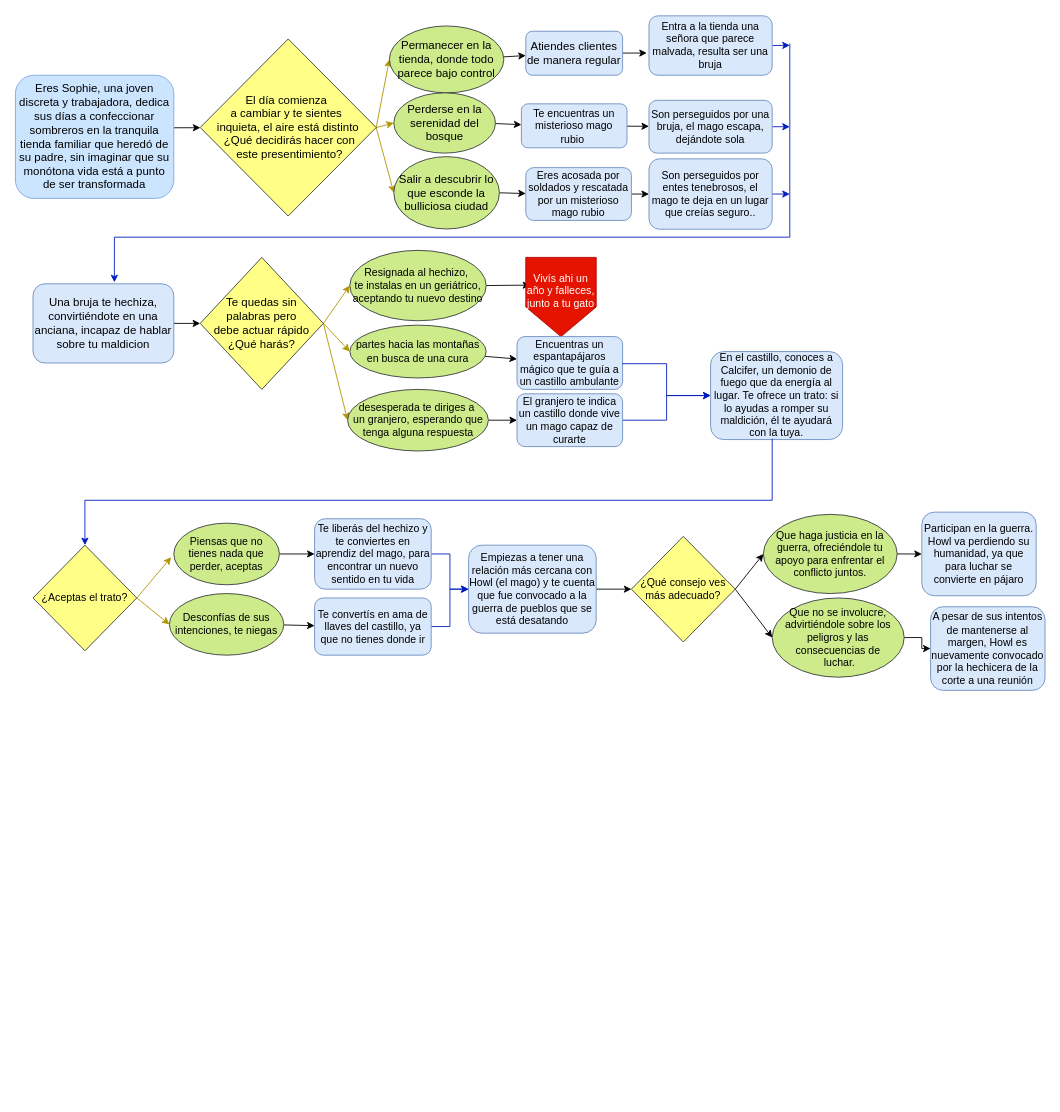
This is Untitled Diagram.drawio from delfinapinto/pmiw, a draw.io file, before an edit. Source tidied: cells renumbered, new cells numbered last; positions are measured from the earlier drawing's top-left corner, leaving out a move shared by most shapes. Both pictures are drawn from the tidied source at 88%, with x=0, y=0 at pixel (15, 15).
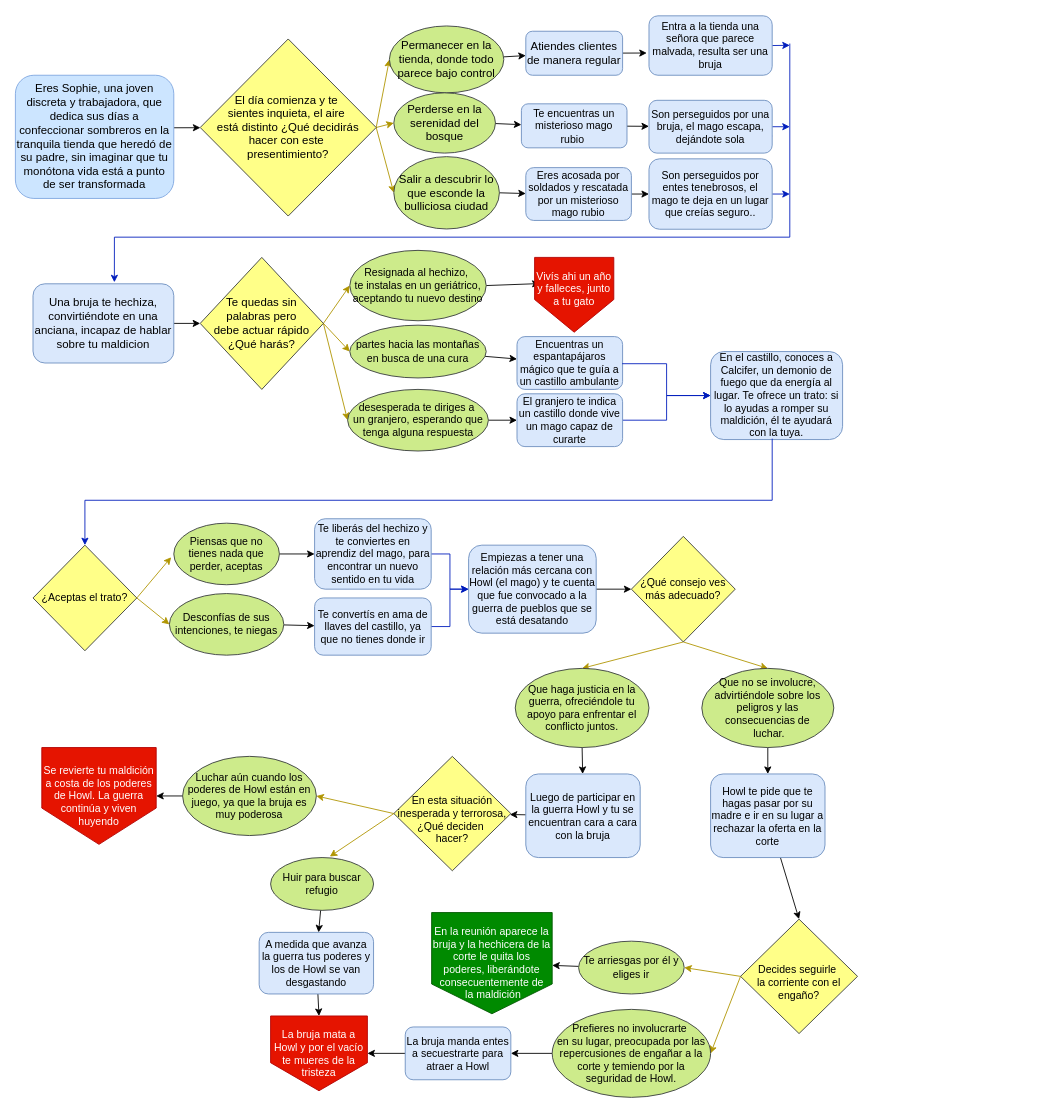
After the change.

The change refers to these unchanged cells:
```xml
<mxCell id="63" value="¿Qué consejo ves más adecuado?" style="rhombus;whiteSpace=wrap;html=1;fillColor=#ffff88;strokeColor=#36393d;" parent="1" vertex="1">
  <mxGeometry x="700" y="592" width="118" height="120" as="geometry" />
</mxCell>
```

Diff of the diagram source:
```diff
@@
-    <mxCell id="3" value="&lt;font style=&quot;font-size: 13px;&quot;&gt;Eres Sophie, una joven discreta y trabajadora, dedica sus días a confeccionar sombreros en la tranquila tienda familiar que heredó de su padre, sin imaginar que su monótona vida está a punto de ser transformada&lt;/font&gt;" style="rounded=1;whiteSpace=wrap;html=1;fontSize=12;glass=0;strokeWidth=1;shadow=0;fillColor=#cce5ff;strokeColor=#7EA6E0;" parent="1" vertex="1">
+    <mxCell id="3" value="&lt;font style=&quot;font-size: 13px;&quot;&gt;Eres Sophie, una joven discreta y trabajadora, que dedica sus días a confeccionar sombreros en la tranquila tienda que heredó de su padre, sin imaginar que tu monótona vida está a punto de ser transformada&lt;/font&gt;" style="rounded=1;whiteSpace=wrap;html=1;fontSize=12;glass=0;strokeWidth=1;shadow=0;fillColor=#cce5ff;strokeColor=#7EA6E0;" parent="1" vertex="1">
       <mxGeometry y="68" width="180" height="140" as="geometry" />
     </mxCell>
@@
-    <mxCell id="7" value="&lt;font style=&quot;font-size: 13px;&quot;&gt;El día comienza&amp;nbsp;&lt;/font&gt;&lt;div&gt;&lt;font style=&quot;font-size: 13px;&quot;&gt;a&amp;nbsp;&lt;/font&gt;&lt;span style=&quot;font-size: 13px; background-color: initial;&quot;&gt;cambiar&lt;/span&gt;&lt;span style=&quot;font-size: 13px; background-color: initial;&quot;&gt;&amp;nbsp;y te sientes&amp;nbsp;&lt;/span&gt;&lt;div style=&quot;font-size: 13px;&quot;&gt;&lt;font style=&quot;font-size: 13px;&quot;&gt;&lt;span style=&quot;background-color: initial;&quot;&gt;inquieta, el aire está distinto&lt;/span&gt;&lt;/font&gt;&lt;/div&gt;&lt;div style=&quot;font-size: 13px;&quot;&gt;&lt;span style=&quot;background-color: initial;&quot;&gt;&amp;nbsp;¿Qué decidirás hacer&amp;nbsp;&lt;/span&gt;&lt;span style=&quot;background-color: initial;&quot;&gt;con&lt;/span&gt;&lt;/div&gt;&lt;div style=&quot;font-size: 13px;&quot;&gt;&lt;span style=&quot;background-color: initial;&quot;&gt;&amp;nbsp;este presentimiento&lt;/span&gt;&lt;span style=&quot;background-color: initial;&quot;&gt;?&lt;/span&gt;&lt;/div&gt;&lt;/div&gt;" style="rhombus;whiteSpace=wrap;html=1;fillColor=#ffff88;strokeColor=#36393d;" parent="1" vertex="1">
+    <mxCell id="7" value="&lt;font style=&quot;font-size: 13px;&quot;&gt;El día comienza&lt;/font&gt;&lt;span style=&quot;background-color: initial; font-size: 13px;&quot;&gt;&amp;nbsp;y te&amp;nbsp;&lt;/span&gt;&lt;div&gt;&lt;span style=&quot;background-color: initial; font-size: 13px;&quot;&gt;sientes&amp;nbsp;&lt;/span&gt;&lt;span style=&quot;background-color: initial; font-size: 13px;&quot;&gt;inquieta, el aire&amp;nbsp;&lt;/span&gt;&lt;/div&gt;&lt;div&gt;&lt;span style=&quot;background-color: initial; font-size: 13px;&quot;&gt;está distinto&lt;/span&gt;&lt;span style=&quot;font-size: 13px; background-color: initial;&quot;&gt;&amp;nbsp;¿Qué decidirás hacer&amp;nbsp;&lt;/span&gt;&lt;span style=&quot;font-size: 13px; background-color: initial;&quot;&gt;con&amp;nbsp;&lt;/span&gt;&lt;span style=&quot;font-size: 13px; background-color: initial;&quot;&gt;este&amp;nbsp;&lt;/span&gt;&lt;/div&gt;&lt;div&gt;&lt;span style=&quot;font-size: 13px; background-color: initial;&quot;&gt;presentimiento&lt;/span&gt;&lt;span style=&quot;font-size: 13px; background-color: initial;&quot;&gt;?&lt;/span&gt;&lt;/div&gt;" style="rhombus;whiteSpace=wrap;html=1;fillColor=#ffff88;strokeColor=#36393d;" parent="1" vertex="1">
       <mxGeometry x="210" y="26.8" width="200" height="201.2" as="geometry" />
     </mxCell>
@@
-    <mxCell id="41" value="&lt;div&gt;&lt;span style=&quot;background-color: initial;&quot;&gt;Vivís&lt;/span&gt;&lt;span style=&quot;background-color: initial;&quot; class=&quot;ql-cursor&quot;&gt;&lt;/span&gt;&lt;span style=&quot;background-color: initial;&quot;&gt; ahi un año y falleces, junto a tu gato&lt;/span&gt;&lt;br&gt;&lt;/div&gt;&lt;div&gt;&lt;br&gt;&lt;/div&gt;" style="shape=offPageConnector;whiteSpace=wrap;html=1;fillColor=#e51400;fontColor=#ffffff;strokeColor=#B20000;" parent="1" vertex="1">
-      <mxGeometry x="580" y="275" width="80" height="90" as="geometry" />
+    <mxCell id="41" value="&lt;div&gt;&lt;span style=&quot;background-color: initial;&quot;&gt;Vivís&lt;/span&gt;&lt;span style=&quot;background-color: initial;&quot; class=&quot;ql-cursor&quot;&gt;&lt;/span&gt;&lt;span style=&quot;background-color: initial;&quot;&gt; ahi un año y falleces, junto a tu gato&lt;/span&gt;&lt;br&gt;&lt;/div&gt;&lt;div&gt;&lt;br&gt;&lt;/div&gt;" style="shape=offPageConnector;whiteSpace=wrap;html=1;fillColor=#e51400;fontColor=#ffffff;strokeColor=#B20000;size=0.43703703703703706;" parent="1" vertex="1">
+      <mxGeometry x="590" y="275" width="90" height="85" as="geometry" />
     </mxCell>
@@
-    <mxCell id="61" style="rounded=0;jettySize=auto;html=1;exitX=1;exitY=0.5;exitDx=0;exitDy=0;entryX=0;entryY=0.5;entryDx=0;entryDy=0;" parent="1" edge="1" source="63" target="65">
+    <mxCell id="61" style="rounded=0;jettySize=auto;html=1;exitX=0.5;exitY=1;exitDx=0;exitDy=0;fillColor=#e3c800;strokeColor=#B09500;entryX=0.5;entryY=0;entryDx=0;entryDy=0;" parent="1" edge="1" source="63" target="65">
       <mxGeometry relative="1" as="geometry" />
     </mxCell>
-    <mxCell id="62" style="rounded=0;jettySize=auto;html=1;exitX=1;exitY=0.5;exitDx=0;exitDy=0;entryX=0;entryY=0.5;entryDx=0;entryDy=0;" parent="1" edge="1" source="63" target="67">
+    <mxCell id="62" style="rounded=0;jettySize=auto;html=1;exitX=0.5;exitY=1;exitDx=0;exitDy=0;entryX=0.5;entryY=0;entryDx=0;entryDy=0;fillColor=#e3c800;strokeColor=#B09500;" parent="1" edge="1" source="63" target="67">
       <mxGeometry relative="1" as="geometry" />
     </mxCell>
@@
     <mxCell id="65" value="Que haga justicia en la guerra, ofreciéndole tu apoyo para enfrentar el conflicto juntos." style="ellipse;whiteSpace=wrap;html=1;fillColor=#cdeb8b;strokeColor=#36393d;" parent="1" vertex="1">
-      <mxGeometry x="850" y="567" width="152" height="90" as="geometry" />
+      <mxGeometry x="568" y="742" width="152" height="90" as="geometry" />
     </mxCell>
-    <mxCell id="66" style="edgeStyle=orthogonalEdgeStyle;rounded=0;jettySize=auto;html=1;" parent="1" edge="1" source="67" target="69">
+    <mxCell id="66" style="rounded=0;jettySize=auto;html=1;" parent="1" edge="1" source="67" target="69">
       <mxGeometry relative="1" as="geometry" />
     </mxCell>
     <mxCell id="67" value="Que no se involucre, advirtiéndole sobre los peligros y las consecuencias de&lt;div&gt;&amp;nbsp;luchar.&lt;/div&gt;" style="ellipse;whiteSpace=wrap;html=1;fillColor=#cdeb8b;strokeColor=#36393d;" parent="1" vertex="1">
-      <mxGeometry x="860" y="662" width="150" height="90" as="geometry" />
+      <mxGeometry x="780" y="742" width="150" height="90" as="geometry" />
     </mxCell>
+    <mxCell id="70" style="edgeStyle=none;rounded=0;jettySize=auto;html=1;" parent="1" edge="1" source="68" target="74">
+      <mxGeometry relative="1" as="geometry" />
+    </mxCell>
-    <mxCell id="68" value="Participan en la guerra. Howl va perdiendo su humanidad, ya que para luchar se convierte en pájaro" style="rounded=1;whiteSpace=wrap;html=1;fillColor=#dae8fc;strokeColor=#6c8ebf;" parent="1" vertex="1">
-      <mxGeometry x="1030" y="564.5" width="130" height="95" as="geometry" />
+    <mxCell id="68" value="Luego de participar en la guerra&amp;nbsp;Howl y tu se encuentran cara a cara con la bruja" style="rounded=1;whiteSpace=wrap;html=1;fillColor=#dae8fc;strokeColor=#6c8ebf;" parent="1" vertex="1">
+      <mxGeometry x="580" y="862" width="130" height="95" as="geometry" />
     </mxCell>
+    <mxCell id="71" style="edgeStyle=none;rounded=0;jettySize=auto;html=1;entryX=0.5;entryY=0;entryDx=0;entryDy=0;" parent="1" edge="1" source="69" target="81">
+      <mxGeometry relative="1" as="geometry" />
+    </mxCell>
-    <mxCell id="69" value="A pesar de sus intentos de mantenerse al margen, Howl es nuevamente convocado por la hechicera de la corte a una reunión" style="rounded=1;whiteSpace=wrap;html=1;fillColor=#dae8fc;strokeColor=#6c8ebf;" parent="1" vertex="1">
-      <mxGeometry x="1040" y="672" width="130" height="95" as="geometry" />
+    <mxCell id="69" value="Howl te pide que te hagas pasar por su madre e ir en su lugar a rechazar la oferta en la corte" style="rounded=1;whiteSpace=wrap;html=1;fillColor=#dae8fc;strokeColor=#6c8ebf;" parent="1" vertex="1">
+      <mxGeometry x="790" y="862" width="130" height="95" as="geometry" />
     </mxCell>
+    <mxCell id="72" style="edgeStyle=none;rounded=0;jettySize=auto;html=1;exitX=0;exitY=0.5;exitDx=0;exitDy=0;entryX=1;entryY=0.5;entryDx=0;entryDy=0;fillColor=#e3c800;strokeColor=#B09500;" parent="1" edge="1" source="74" target="76">
+      <mxGeometry relative="1" as="geometry" />
+    </mxCell>
+    <mxCell id="73" style="edgeStyle=none;rounded=0;jettySize=auto;html=1;entryX=0.575;entryY=-0.019;entryDx=0;entryDy=0;exitX=0;exitY=0.5;exitDx=0;exitDy=0;fillColor=#e3c800;strokeColor=#B09500;entryPerimeter=0;" parent="1" edge="1" source="74" target="78">
+      <mxGeometry relative="1" as="geometry" />
+    </mxCell>
+    <mxCell id="74" value="&lt;div&gt;&lt;br&gt;&lt;/div&gt;En esta situación inesperada y terrorosa, ¿Qué deciden&amp;nbsp;&lt;div&gt;hacer?&lt;/div&gt;" style="rhombus;whiteSpace=wrap;html=1;fillColor=#ffff88;strokeColor=#36393d;" parent="1" vertex="1">
+      <mxGeometry x="430" y="842" width="133" height="130" as="geometry" />
+    </mxCell>
+    <mxCell id="75" style="edgeStyle=none;rounded=0;jettySize=auto;html=1;" parent="1" edge="1" source="76" target="86">
+      <mxGeometry relative="1" as="geometry" />
+    </mxCell>
+    <mxCell id="76" value="Luchar aún cuando los poderes de Howl están en juego, ya que la bruja es muy poderosa" style="ellipse;whiteSpace=wrap;html=1;fillColor=#cdeb8b;strokeColor=#36393d;" parent="1" vertex="1">
+      <mxGeometry x="190" y="842" width="152" height="90" as="geometry" />
+    </mxCell>
+    <mxCell id="77" style="edgeStyle=none;rounded=0;jettySize=auto;html=1;" parent="1" edge="1" source="78" target="88">
+      <mxGeometry relative="1" as="geometry" />
+    </mxCell>
+    <mxCell id="78" value="Huir para buscar refugio" style="ellipse;whiteSpace=wrap;html=1;fillColor=#cdeb8b;strokeColor=#36393d;" parent="1" vertex="1">
+      <mxGeometry x="290" y="957" width="117" height="60" as="geometry" />
+    </mxCell>
+    <mxCell id="79" style="edgeStyle=none;rounded=0;jettySize=auto;html=1;exitX=0;exitY=0.5;exitDx=0;exitDy=0;fillColor=#e3c800;strokeColor=#B09500;entryX=1;entryY=0.5;entryDx=0;entryDy=0;" parent="1" edge="1" source="81" target="83">
+      <mxGeometry relative="1" as="geometry" />
+    </mxCell>
+    <mxCell id="80" style="edgeStyle=none;rounded=0;jettySize=auto;html=1;entryX=1;entryY=0.5;entryDx=0;entryDy=0;exitX=0;exitY=0.5;exitDx=0;exitDy=0;fillColor=#e3c800;strokeColor=#B09500;" parent="1" edge="1" source="81" target="85">
+      <mxGeometry relative="1" as="geometry" />
+    </mxCell>
+    <mxCell id="81" value="&lt;div&gt;&lt;br&gt;&lt;/div&gt;Decides seguirle&amp;nbsp;&lt;div&gt;la corriente con el engaño?&lt;/div&gt;" style="rhombus;whiteSpace=wrap;html=1;fillColor=#ffff88;strokeColor=#36393d;" parent="1" vertex="1">
+      <mxGeometry x="824" y="1027" width="133" height="130" as="geometry" />
+    </mxCell>
+    <mxCell id="82" style="edgeStyle=none;rounded=0;jettySize=auto;html=1;entryX=1;entryY=0.5;entryDx=0;entryDy=0;" parent="1" edge="1" source="83">
+      <mxGeometry relative="1" as="geometry">
+        <mxPoint x="610" y="1079.5" as="targetPoint" />
+      </mxGeometry>
+    </mxCell>
+    <mxCell id="83" value="Te arriesgas por él y eliges ir" style="ellipse;whiteSpace=wrap;html=1;fillColor=#cdeb8b;strokeColor=#36393d;" parent="1" vertex="1">
+      <mxGeometry x="640" y="1052" width="120" height="60" as="geometry" />
+    </mxCell>
+    <mxCell id="84" style="edgeStyle=none;rounded=0;jettySize=auto;html=1;" parent="1" edge="1" source="85" target="91">
+      <mxGeometry relative="1" as="geometry" />
+    </mxCell>
+    <mxCell id="85" value="Prefieres no involucrarte&amp;nbsp;&lt;div&gt;en su lugar, preocupada por las repercusiones de engañar a la corte y temiendo por la seguridad de Howl.&lt;/div&gt;" style="ellipse;whiteSpace=wrap;html=1;fillColor=#cdeb8b;strokeColor=#36393d;" parent="1" vertex="1">
+      <mxGeometry x="610" y="1129.5" width="180" height="100" as="geometry" />
+    </mxCell>
+    <mxCell id="86" value="&lt;div&gt;Se revierte tu maldición a costa de los poderes de Howl. La guerra continúa y viven huyendo&lt;br&gt;&lt;/div&gt;" style="shape=offPageConnector;whiteSpace=wrap;html=1;fillColor=#e51400;fontColor=#ffffff;strokeColor=#B20000;" parent="1" vertex="1">
+      <mxGeometry x="30" y="832" width="130" height="110" as="geometry" />
+    </mxCell>
+    <mxCell id="87" style="edgeStyle=none;rounded=0;jettySize=auto;html=1;entryX=0.5;entryY=0;entryDx=0;entryDy=0;" parent="1" edge="1" source="88" target="92">
+      <mxGeometry relative="1" as="geometry" />
+    </mxCell>
+    <mxCell id="88" value="A medida que avanza la guerra tus poderes y los de Howl se van desgastando" style="rounded=1;whiteSpace=wrap;html=1;fillColor=#dae8fc;strokeColor=#6c8ebf;" parent="1" vertex="1">
+      <mxGeometry x="277" y="1042" width="130" height="70" as="geometry" />
+    </mxCell>
+    <mxCell id="89" style="edgeStyle=none;rounded=0;orthogonalLoop=1;jettySize=auto;html=1;exitX=0.75;exitY=1;exitDx=0;exitDy=0;" parent="1" edge="1">
+      <mxGeometry relative="1" as="geometry">
+        <mxPoint x="575" y="1122" as="sourcePoint" />
+        <mxPoint x="575" y="1122" as="targetPoint" />
+      </mxGeometry>
+    </mxCell>
+    <mxCell id="90" style="edgeStyle=none;rounded=0;jettySize=auto;html=1;" parent="1" edge="1" source="91" target="92">
+      <mxGeometry relative="1" as="geometry" />
+    </mxCell>
+    <mxCell id="91" value="La bruja manda entes a secuestrarte para atraer a Howl" style="rounded=1;whiteSpace=wrap;html=1;fillColor=#dae8fc;strokeColor=#6c8ebf;" parent="1" vertex="1">
+      <mxGeometry x="443" y="1149.5" width="120" height="60" as="geometry" />
+    </mxCell>
+    <mxCell id="92" value="&lt;div&gt;La bruja mata a Howl y por el vacío te mueres de la tristeza&lt;br&gt;&lt;/div&gt;" style="shape=offPageConnector;whiteSpace=wrap;html=1;fillColor=#e51400;fontColor=#ffffff;strokeColor=#B20000;" parent="1" vertex="1">
+      <mxGeometry x="290" y="1137" width="110" height="85" as="geometry" />
+    </mxCell>
+    <mxCell id="93" value="En la reunión aparece la bruja y la hechicera de la corte le quita los poderes, liberándote consecuentemente de&lt;div&gt;&amp;nbsp;la maldición&lt;/div&gt;" style="shape=offPageConnector;whiteSpace=wrap;html=1;fillColor=#008a00;fontColor=#ffffff;strokeColor=#005700;size=0.29411764705882354;" parent="1" vertex="1">
+      <mxGeometry x="473" y="1019.5" width="137" height="115" as="geometry" />
+    </mxCell>
```
